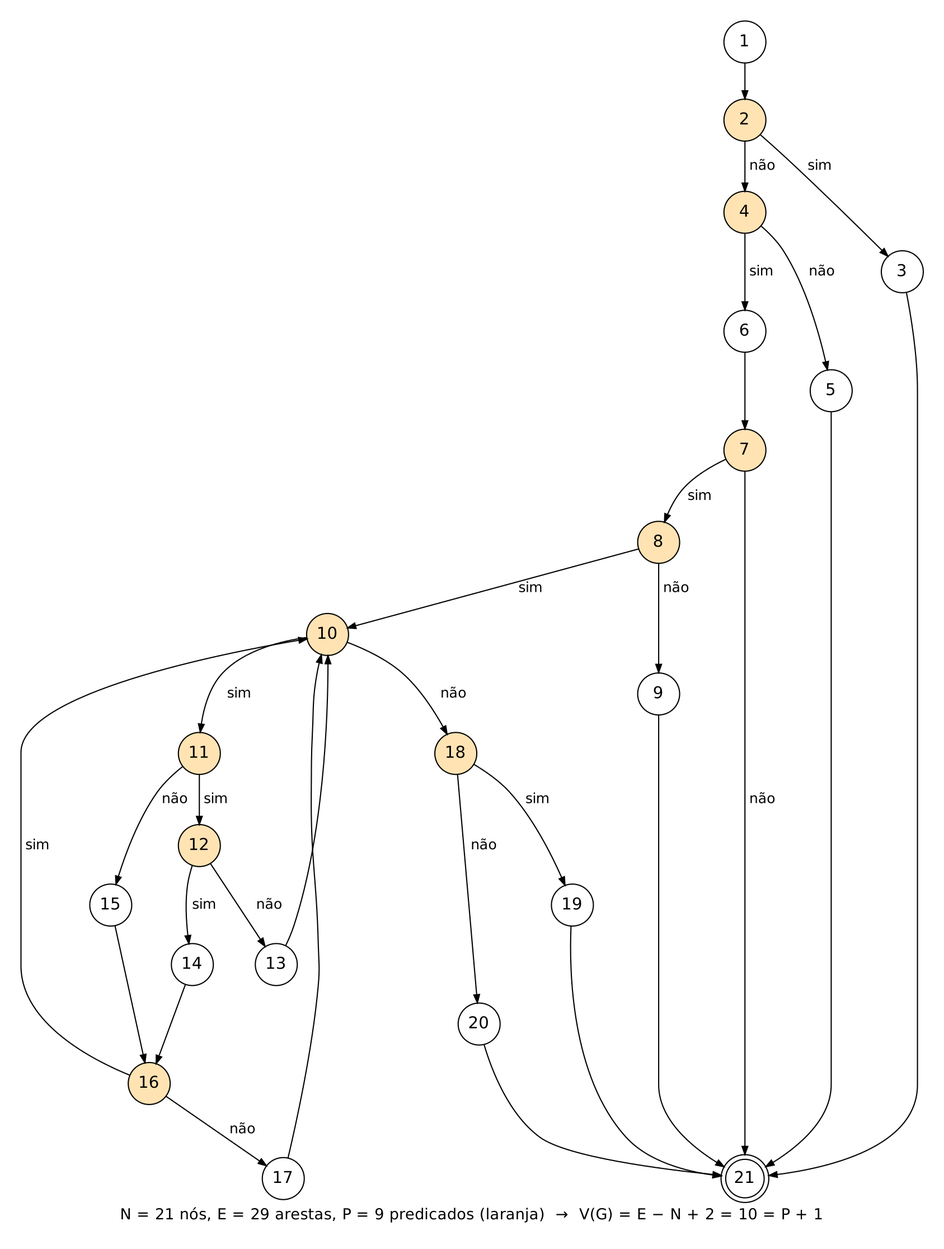
Above: qualidade/diagramas/ex04_gfc.png in Conecta-Vida/Conecta-Vida-Mobile (Graphviz), before the change. Its source is kept beside it as qualidade/diagramas/ex04_gfc.dot.
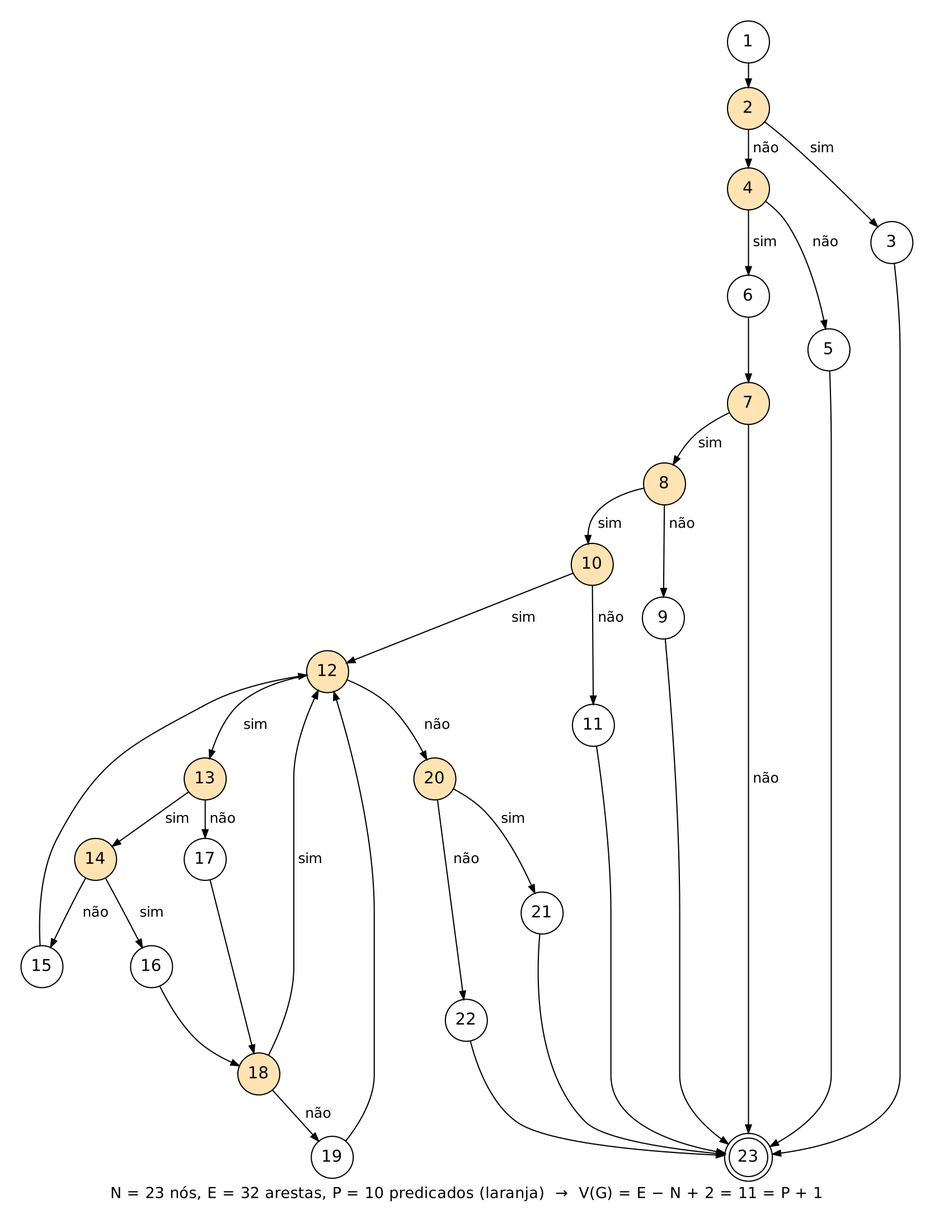
After the change.

The edit, as a diff of the source:
```diff
@@ -1,30 +1,34 @@
 digraph gfc {
-  graph [rankdir=TB, fontname="DejaVu Sans", fontsize=13, nodesep=0.5, ranksep=0.42, pad=0.25, dpi=150,
-         label="N = 21 nós, E = 29 arestas, P = 9 predicados (laranja)  →  V(G) = E − N + 2 = 10 = P + 1", labelloc=b];
+  graph [rankdir=TB, fontname="DejaVu Sans", fontsize=13, nodesep=0.4, ranksep=0.28, pad=0.25, dpi=150,
+         label="N = 23 nós, E = 32 arestas, P = 10 predicados (laranja)  →  V(G) = E − N + 2 = 11 = P + 1", labelloc=b];
   node  [shape=circle, fontname="DejaVu Sans", fontsize=14, width=0.5, fixedsize=true, style=filled, fillcolor="#ffffff"];
   edge  [arrowsize=0.7, fontname="DejaVu Sans", fontsize=12];
-  node [fillcolor="#ffe3b3"]; 2; 4; 7; 8; 10; 11; 12; 16; 18;
+  node [fillcolor="#ffe3b3"]; 2; 4; 7; 8; 10; 12; 13; 14; 18; 20;
   node [fillcolor="#ffffff"];
-  21 [shape=doublecircle, width=0.46];
-  1 [group=p]; 2 [group=p]; 4 [group=p]; 6 [group=p]; 7 [group=p]; 8 [group=p];
-  10 [group=p]; 11 [group=p]; 12 [group=p]; 14 [group=p]; 16 [group=p]; 18 [group=p]; 21 [group=p];
-  { rank=max; 21; }
+  23 [shape=doublecircle, width=0.46];
+  1 [group=p]; 2 [group=p]; 4 [group=p]; 6 [group=p]; 7 [group=p]; 8 [group=p]; 10 [group=p];
+  12 [group=p]; 13 [group=p]; 14 [group=p]; 16 [group=p]; 18 [group=p]; 20 [group=p]; 23 [group=p];
+  { rank=max; 23; }
+  { rank=same; 15 -> 16 [style=invis]; }
+  { rank=same; 14 -> 17 [style=invis]; }
   1 -> 2;
   2 -> 3 [label=" sim"]; 2 -> 4 [label=" não"];
-  3 -> 21;
+  3 -> 23;
   4 -> 5 [label=" não"]; 4 -> 6 [label=" sim"];
-  5 -> 21;
+  5 -> 23;
   6 -> 7;
-  7 -> 21 [label=" não"]; 7 -> 8 [label=" sim"];
+  7 -> 23 [label=" não"]; 7 -> 8 [label=" sim"];
   8 -> 9 [label=" não"]; 8 -> 10 [label=" sim"];
-  9 -> 21;
-  10 -> 11 [label=" sim"]; 10 -> 18 [label=" não"];
-  11 -> 12 [label=" sim"]; 11 -> 15 [label=" não"];
-  12 -> 13 [label=" não"]; 12 -> 14 [label=" sim"];
-  13 -> 10;
-  14 -> 16; 15 -> 16;
-  16 -> 10 [label=" sim"]; 16 -> 17 [label=" não"];
-  17 -> 10;
-  18 -> 19 [label=" sim"]; 18 -> 20 [label=" não"];
-  19 -> 21; 20 -> 21;
+  9 -> 23;
+  10 -> 11 [label=" não"]; 10 -> 12 [label=" sim"];
+  11 -> 23;
+  12 -> 13 [label=" sim"]; 12 -> 20 [label=" não"];
+  13 -> 14 [label=" sim"]; 13 -> 17 [label=" não"];
+  14 -> 15 [label=" não"]; 14 -> 16 [label=" sim"];
+  15 -> 12;
+  16 -> 18; 17 -> 18;
+  18 -> 12 [label=" sim"]; 18 -> 19 [label=" não"];
+  19 -> 12;
+  20 -> 21 [label=" sim"]; 20 -> 22 [label=" não"];
+  21 -> 23; 22 -> 23;
 }
```
